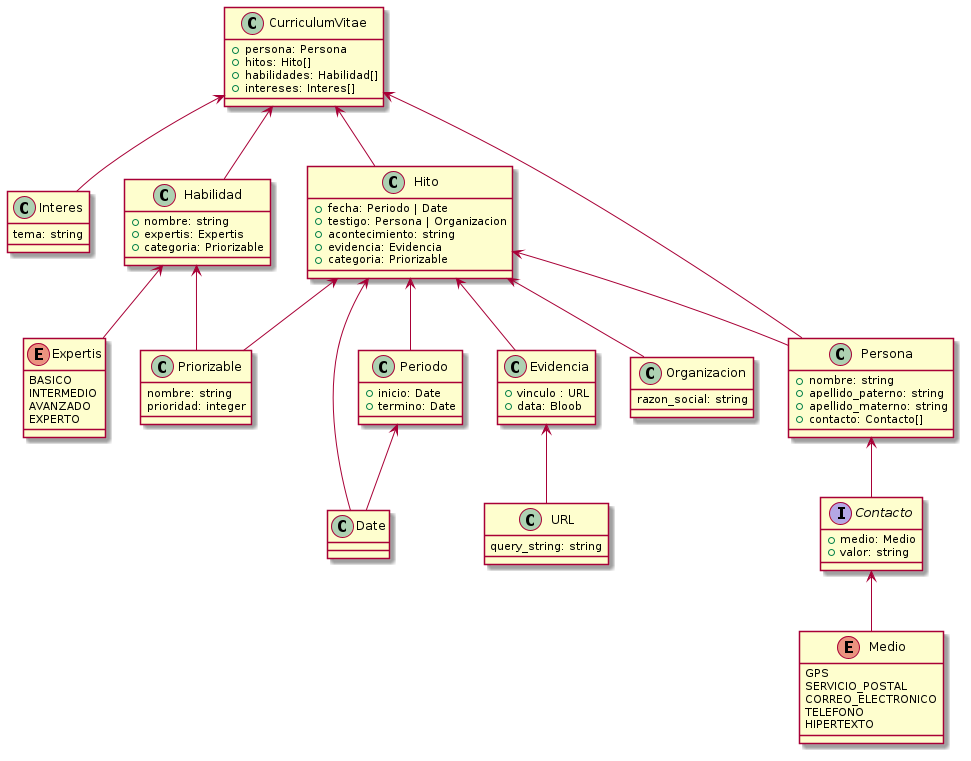
emirhg/curriculum-vitae keeps this PlantUML diagram as arc/images/curriculum-vitae-class-diagram.png. Above is the earlier version.
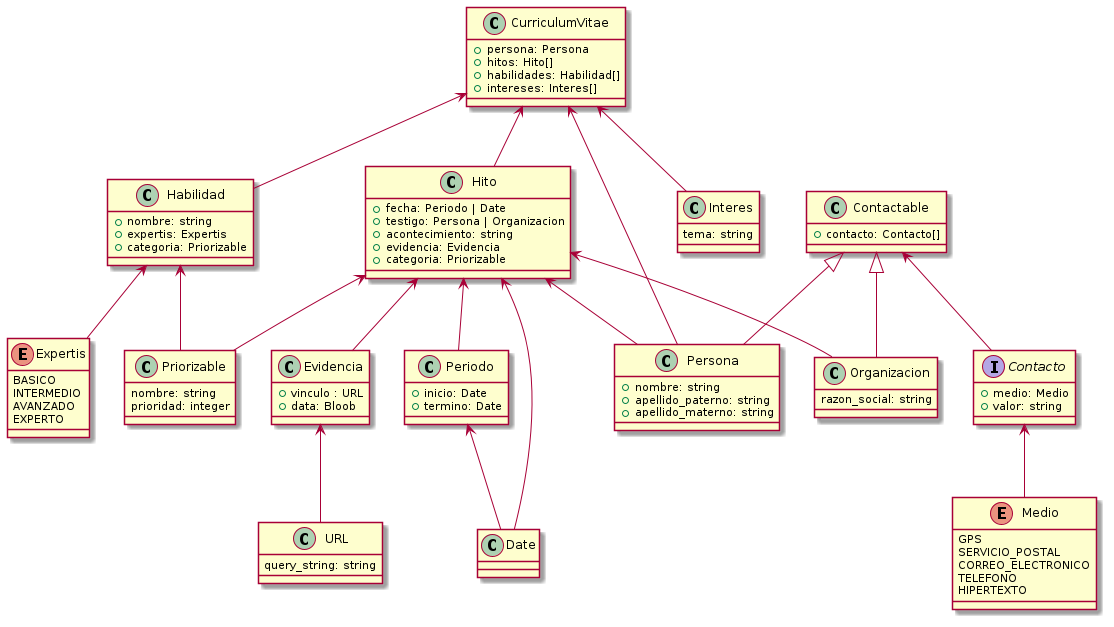
Later version of the same file.

Commit message:
new: dev: Diagramas de la arquietctura del sistema

What changed in the source:
```diff
@@ -43,7 +43,7 @@
     + data: Bloob
   }
 
-  class Organizacion {
+  class Organizacion extends Contactable {
     razon_social: string
   }
 
@@ -54,10 +54,13 @@
       EXPERTO
   }
 
-  class Persona {
+  class Persona extends Contactable {
     + nombre: string
     + apellido_paterno: string
     + apellido_materno: string
+  }
+
+  class Contactable {
     + contacto: Contacto[]
   }
 
@@ -74,18 +77,14 @@
     HIPERTEXTO
   }
 
-  Periodo <-- Date
-
-  Evidencia <-- URL
-
   Contacto <-- Medio
-
-  Persona <-- Contacto
 
   CurriculumVitae <-- Persona
   CurriculumVitae <-- Habilidad
   CurriculumVitae <-- Hito
   CurriculumVitae <-- Interes
+
+  Evidencia <-- URL
 
   Habilidad <-- Expertis
   Habilidad <-- Priorizable
@@ -96,4 +95,8 @@
   Hito <-- Organizacion
   Hito <-- Date
   Hito <-- Periodo
+
+  Contactable <-- Contacto
+
+  Periodo <-- Date
 @enduml
```
